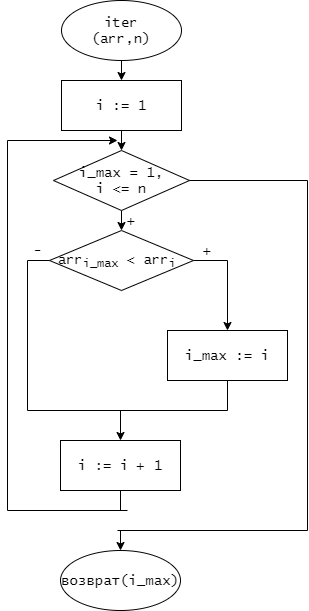
This is лр7/iter.png from Aprokun/-, a draw.io export, as it was before one commit. Source tidied: cells renumbered, new cells last; positions are measured from the earlier drawing's top-left corner, leaving out a move shared by most shapes. The source it was exported from:
```xml
<mxGraphModel>
  <root>
    <mxCell id="0" />
    <mxCell id="1" parent="0" />
    <mxCell id="2" style="edgeStyle=orthogonalEdgeStyle;rounded=0;jettySize=auto;html=1;exitX=0.5;exitY=1;exitDx=0;exitDy=0;entryX=0.5;entryY=0;entryDx=0;entryDy=0;fontFamily=Lucida Console;fontSize=14;" parent="1" edge="1" source="3" target="4">
      <mxGeometry relative="1" as="geometry" />
    </mxCell>
    <mxCell id="3" value="iter&lt;br&gt;(arr,n)" style="ellipse;whiteSpace=wrap;html=1;fontFamily=Lucida Console;fontSize=14;" parent="1" vertex="1">
      <mxGeometry x="54" width="120" height="60" as="geometry" />
    </mxCell>
    <mxCell id="4" value="i := 1" style="rounded=0;whiteSpace=wrap;html=1;fontFamily=Lucida Console;fontSize=14;" parent="1" vertex="1">
      <mxGeometry x="54" y="80" width="120" height="50" as="geometry" />
    </mxCell>
    <mxCell id="5" style="edgeStyle=orthogonalEdgeStyle;rounded=0;jettySize=auto;html=1;exitX=0.5;exitY=1;exitDx=0;exitDy=0;entryX=0.5;entryY=0;entryDx=0;entryDy=0;fontFamily=Lucida Console;fontSize=14;" parent="1" edge="1" target="7">
      <mxGeometry relative="1" as="geometry">
        <mxPoint x="114" y="130" as="sourcePoint" />
      </mxGeometry>
    </mxCell>
    <mxCell id="6" style="edgeStyle=orthogonalEdgeStyle;rounded=0;jettySize=auto;html=1;exitX=0.5;exitY=1;exitDx=0;exitDy=0;entryX=0.5;entryY=0;entryDx=0;entryDy=0;fontFamily=Lucida Console;fontSize=14;" parent="1" edge="1" source="7" target="9">
      <mxGeometry relative="1" as="geometry" />
    </mxCell>
    <mxCell id="7" value="i_max = 1,&lt;br&gt;i &amp;lt;= n" style="rhombus;whiteSpace=wrap;html=1;fontFamily=Lucida Console;fontSize=14;" parent="1" vertex="1">
      <mxGeometry x="46" y="150" width="136" height="60" as="geometry" />
    </mxCell>
    <mxCell id="8" style="edgeStyle=orthogonalEdgeStyle;rounded=0;jettySize=auto;html=1;exitX=1;exitY=0.5;exitDx=0;exitDy=0;entryX=0.5;entryY=0;entryDx=0;entryDy=0;fontFamily=Lucida Console;fontSize=14;" parent="1" edge="1" source="9" target="11">
      <mxGeometry relative="1" as="geometry" />
    </mxCell>
    <mxCell id="9" value="arr&lt;sub&gt;i_max&lt;/sub&gt;&amp;nbsp;&amp;lt; arr&lt;sub&gt;i&lt;/sub&gt;&amp;nbsp;" style="rhombus;whiteSpace=wrap;html=1;fontFamily=Lucida Console;fontSize=14;" parent="1" vertex="1">
      <mxGeometry x="42" y="230" width="144" height="60" as="geometry" />
    </mxCell>
    <mxCell id="10" style="edgeStyle=orthogonalEdgeStyle;rounded=0;jettySize=auto;html=1;exitX=0.5;exitY=1;exitDx=0;exitDy=0;entryX=0.5;entryY=0;entryDx=0;entryDy=0;fontFamily=Lucida Console;fontSize=14;" parent="1" edge="1" source="11" target="12">
      <mxGeometry relative="1" as="geometry" />
    </mxCell>
    <mxCell id="11" value="i_max := i" style="rounded=0;whiteSpace=wrap;html=1;fontFamily=Lucida Console;fontSize=14;" parent="1" vertex="1">
      <mxGeometry x="160" y="330" width="120" height="50" as="geometry" />
    </mxCell>
    <mxCell id="12" value="i := i + 1" style="rounded=0;whiteSpace=wrap;html=1;fontFamily=Lucida Console;fontSize=14;" parent="1" vertex="1">
      <mxGeometry x="53" y="440" width="120" height="50" as="geometry" />
    </mxCell>
    <mxCell id="13" style="endArrow=none;html=1;fontFamily=Lucida Console;fontSize=14;entryX=0;entryY=0.5;entryDx=0;entryDy=0;" parent="1" edge="1" target="9">
      <mxGeometry relative="1" as="geometry">
        <mxPoint x="20" y="260" as="sourcePoint" />
      </mxGeometry>
    </mxCell>
    <mxCell id="14" style="endArrow=none;html=1;fontFamily=Lucida Console;fontSize=14;" parent="1" edge="1">
      <mxGeometry relative="1" as="geometry">
        <mxPoint x="20" y="410" as="sourcePoint" />
        <mxPoint x="20" y="260" as="targetPoint" />
      </mxGeometry>
    </mxCell>
    <mxCell id="15" style="endArrow=none;html=1;fontFamily=Lucida Console;fontSize=14;" parent="1" edge="1">
      <mxGeometry relative="1" as="geometry">
        <mxPoint x="20" y="410" as="sourcePoint" />
        <mxPoint x="120" y="410" as="targetPoint" />
      </mxGeometry>
    </mxCell>
    <mxCell id="16" style="endArrow=none;html=1;fontFamily=Lucida Console;fontSize=14;entryX=0.5;entryY=1;entryDx=0;entryDy=0;" parent="1" edge="1" target="12">
      <mxGeometry relative="1" as="geometry">
        <mxPoint x="113" y="510" as="sourcePoint" />
      </mxGeometry>
    </mxCell>
    <mxCell id="17" style="endArrow=none;html=1;fontFamily=Lucida Console;fontSize=14;" parent="1" edge="1">
      <mxGeometry relative="1" as="geometry">
        <mxPoint y="510" as="sourcePoint" />
        <mxPoint x="120" y="510" as="targetPoint" />
      </mxGeometry>
    </mxCell>
    <mxCell id="18" style="endArrow=none;html=1;fontFamily=Lucida Console;fontSize=14;" parent="1" edge="1">
      <mxGeometry relative="1" as="geometry">
        <mxPoint y="510" as="sourcePoint" />
        <mxPoint y="140" as="targetPoint" />
      </mxGeometry>
    </mxCell>
    <mxCell id="19" style="endArrow=classic;html=1;fontFamily=Lucida Console;fontSize=14;" parent="1" edge="1">
      <mxGeometry relative="1" as="geometry">
        <mxPoint y="140" as="sourcePoint" />
        <mxPoint x="110" y="140" as="targetPoint" />
      </mxGeometry>
    </mxCell>
    <mxCell id="20" value="+" style="text;html=1;align=center;verticalAlign=middle;fontSize=14;fontFamily=Lucida Console;" parent="1" vertex="1">
      <mxGeometry x="114" y="210" width="20" height="20" as="geometry" />
    </mxCell>
    <mxCell id="21" value="+" style="text;html=1;align=center;verticalAlign=middle;fontSize=14;fontFamily=Lucida Console;" parent="1" vertex="1">
      <mxGeometry x="190" y="240" width="20" height="20" as="geometry" />
    </mxCell>
    <mxCell id="22" value="-" style="text;html=1;align=center;verticalAlign=middle;fontSize=14;fontFamily=Lucida Console;" parent="1" vertex="1">
      <mxGeometry x="20" y="240" width="20" height="20" as="geometry" />
    </mxCell>
    <mxCell id="23" value="возврат(i_max)" style="ellipse;whiteSpace=wrap;html=1;fontFamily=Lucida Console;fontSize=14;" parent="1" vertex="1">
      <mxGeometry x="53" y="550" width="120" height="60" as="geometry" />
    </mxCell>
    <mxCell id="24" style="endArrow=none;html=1;fontFamily=Lucida Console;fontSize=14;entryX=1;entryY=0.5;entryDx=0;entryDy=0;" parent="1" edge="1" target="7">
      <mxGeometry relative="1" as="geometry">
        <mxPoint x="300" y="180" as="sourcePoint" />
      </mxGeometry>
    </mxCell>
    <mxCell id="25" style="endArrow=none;html=1;fontFamily=Lucida Console;fontSize=14;" parent="1" edge="1">
      <mxGeometry relative="1" as="geometry">
        <mxPoint x="300" y="530" as="sourcePoint" />
        <mxPoint x="300" y="180" as="targetPoint" />
      </mxGeometry>
    </mxCell>
    <mxCell id="26" style="endArrow=none;html=1;fontFamily=Lucida Console;fontSize=14;" parent="1" edge="1">
      <mxGeometry relative="1" as="geometry">
        <mxPoint x="110" y="530" as="sourcePoint" />
        <mxPoint x="300" y="530" as="targetPoint" />
      </mxGeometry>
    </mxCell>
    <mxCell id="27" style="endArrow=classic;html=1;fontFamily=Lucida Console;fontSize=14;entryX=0.5;entryY=0;entryDx=0;entryDy=0;" parent="1" edge="1" target="23">
      <mxGeometry relative="1" as="geometry">
        <mxPoint x="113" y="530" as="sourcePoint" />
      </mxGeometry>
    </mxCell>
  </root>
</mxGraphModel>
```
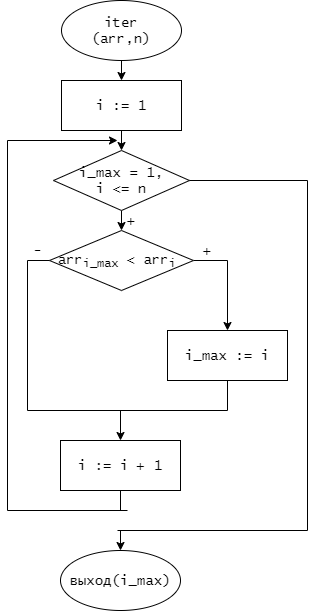
After the commit.

The edit, as a diff of the source:
```diff
@@ -86,7 +86,7 @@
     <mxCell id="22" value="-" style="text;html=1;align=center;verticalAlign=middle;fontSize=14;fontFamily=Lucida Console;" parent="1" vertex="1">
       <mxGeometry x="20" y="240" width="20" height="20" as="geometry" />
     </mxCell>
-    <mxCell id="23" value="возврат(i_max)" style="ellipse;whiteSpace=wrap;html=1;fontFamily=Lucida Console;fontSize=14;" parent="1" vertex="1">
+    <mxCell id="23" value="выход(i_max)" style="ellipse;whiteSpace=wrap;html=1;fontFamily=Lucida Console;fontSize=14;" parent="1" vertex="1">
       <mxGeometry x="53" y="550" width="120" height="60" as="geometry" />
     </mxCell>
     <mxCell id="24" style="endArrow=none;html=1;fontFamily=Lucida Console;fontSize=14;entryX=1;entryY=0.5;entryDx=0;entryDy=0;" parent="1" edge="1" target="7">
```
